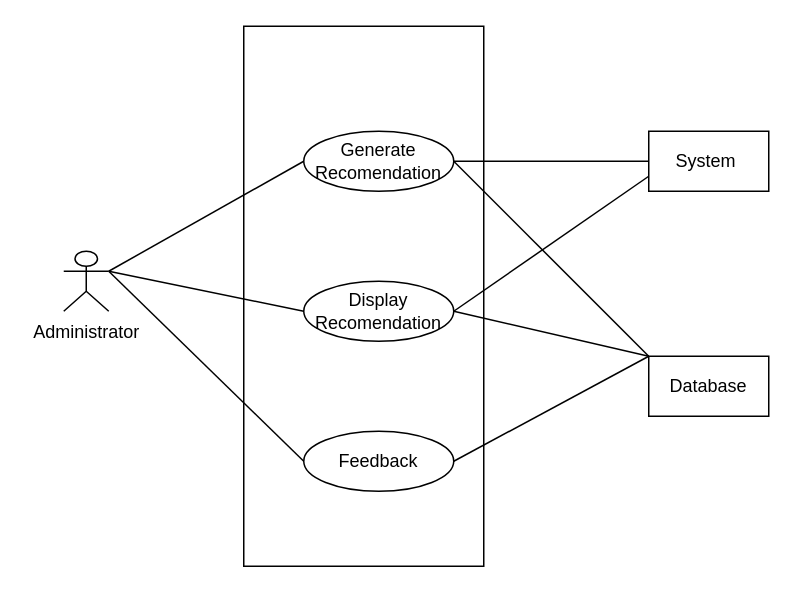
The draw.io diagram Software-Requirement-Specification/Use-Case-Diagrams/Level-1.4.drawio in fiercePanda007/SPL2-EcommerceWebApp, before the edit. Source tidied: cells renumbered, new cells numbered last; positions are measured from the earlier drawing's top-left corner, leaving out a move shared by most shapes. Both pictures are drawn from the tidied source at 150%, with x=0, y=0 at pixel (63, 26).
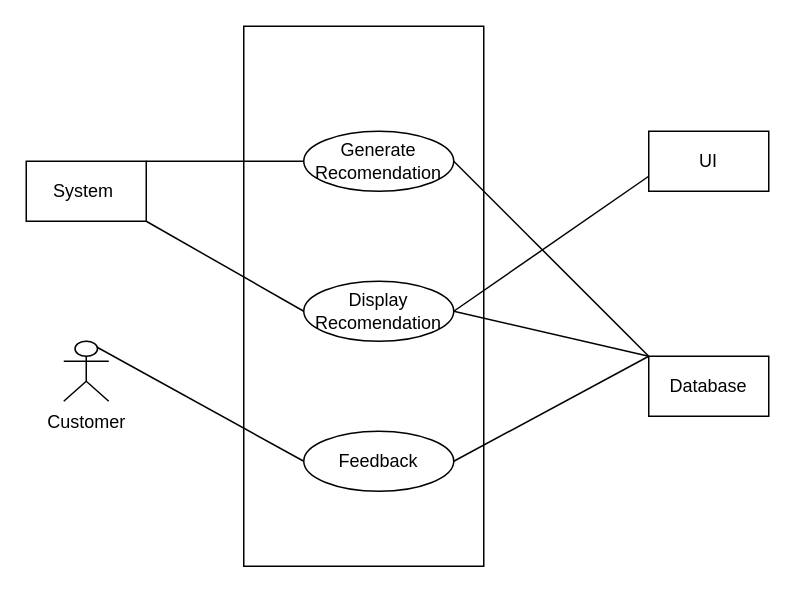
The same diagram, later.

Change to the diagram source:
```diff
@@
 <mxGraphModel>
   <root>
     <mxCell id="0" />
     <mxCell id="1" parent="0" />
     <mxCell id="2" style="rounded=0;whiteSpace=wrap;html=1;" parent="1" vertex="1">
       <mxGeometry x="120" width="160" height="360" as="geometry" />
     </mxCell>
     <mxCell id="3" style="edgeStyle=none;html=1;exitX=1;exitY=0.5;exitDx=0;exitDy=0;entryX=0;entryY=0;entryDx=0;entryDy=0;startArrow=none;startFill=0;endArrow=none;endFill=0;" parent="1" edge="1" source="4" target="16">
       <mxGeometry relative="1" as="geometry" />
     </mxCell>
     <mxCell id="4" value="Generate Recomendation" style="ellipse;whiteSpace=wrap;html=1;" parent="1" vertex="1">
       <mxGeometry x="160" y="70" width="100" height="40" as="geometry" />
     </mxCell>
-    <mxCell id="5" style="edgeStyle=none;html=1;exitX=1;exitY=0.5;exitDx=0;exitDy=0;entryX=0;entryY=0.75;entryDx=0;entryDy=0;startArrow=none;startFill=0;endArrow=none;endFill=0;" parent="1" edge="1" source="6" target="14">
+    <mxCell id="5" style="edgeStyle=none;html=1;exitX=0;exitY=0.5;exitDx=0;exitDy=0;entryX=1;entryY=1;entryDx=0;entryDy=0;endArrow=none;endFill=0;" parent="1" edge="1" source="6" target="14">
       <mxGeometry relative="1" as="geometry" />
     </mxCell>
+    <mxCell id="17" style="edgeStyle=none;html=1;exitX=1;exitY=0.5;exitDx=0;exitDy=0;entryX=0;entryY=0.75;entryDx=0;entryDy=0;endArrow=none;endFill=0;" parent="1" edge="1" source="6" target="20">
+      <mxGeometry relative="1" as="geometry" />
+    </mxCell>
     <mxCell id="6" value="Display Recomendation" style="ellipse;whiteSpace=wrap;html=1;" parent="1" vertex="1">
       <mxGeometry x="160" y="170" width="100" height="40" as="geometry" />
     </mxCell>
     <mxCell id="7" style="edgeStyle=none;html=1;exitX=1;exitY=0.5;exitDx=0;exitDy=0;startArrow=none;startFill=0;endArrow=none;endFill=0;" parent="1" edge="1" source="8">
       <mxGeometry relative="1" as="geometry">
         <mxPoint x="390" y="220" as="targetPoint" />
       </mxGeometry>
     </mxCell>
     <mxCell id="8" value="Feedback" style="ellipse;whiteSpace=wrap;html=1;" parent="1" vertex="1">
       <mxGeometry x="160" y="270" width="100" height="40" as="geometry" />
     </mxCell>
-    <mxCell id="9" style="edgeStyle=none;html=1;exitX=1;exitY=0.3333333333333333;exitDx=0;exitDy=0;exitPerimeter=0;entryX=0;entryY=0.5;entryDx=0;entryDy=0;startArrow=none;startFill=0;endArrow=none;endFill=0;" parent="1" edge="1" source="12" target="4">
-      <mxGeometry relative="1" as="geometry" />
-    </mxCell>
-    <mxCell id="10" style="edgeStyle=none;html=1;exitX=1;exitY=0.3333333333333333;exitDx=0;exitDy=0;exitPerimeter=0;entryX=0;entryY=0.5;entryDx=0;entryDy=0;startArrow=none;startFill=0;endArrow=none;endFill=0;" parent="1" edge="1" source="12" target="6">
-      <mxGeometry relative="1" as="geometry" />
-    </mxCell>
-    <mxCell id="11" style="edgeStyle=none;html=1;exitX=1;exitY=0.3333333333333333;exitDx=0;exitDy=0;exitPerimeter=0;entryX=0;entryY=0.5;entryDx=0;entryDy=0;startArrow=none;startFill=0;endArrow=none;endFill=0;" parent="1" edge="1" source="12" target="8">
-      <mxGeometry relative="1" as="geometry" />
-    </mxCell>
-    <mxCell id="12" value="Administrator" style="shape=umlActor;verticalLabelPosition=bottom;verticalAlign=top;html=1;outlineConnect=0;" parent="1" vertex="1">
-      <mxGeometry y="150" width="30" height="40" as="geometry" />
-    </mxCell>
-    <mxCell id="13" style="edgeStyle=none;html=1;exitX=0;exitY=0.5;exitDx=0;exitDy=0;entryX=1;entryY=0.5;entryDx=0;entryDy=0;startArrow=none;startFill=0;endArrow=none;endFill=0;" parent="1" edge="1" source="14" target="4">
+    <mxCell id="13" style="edgeStyle=none;html=1;exitX=1;exitY=0;exitDx=0;exitDy=0;entryX=0;entryY=0.5;entryDx=0;entryDy=0;endArrow=none;endFill=0;" parent="1" edge="1" source="14" target="4">
       <mxGeometry relative="1" as="geometry" />
     </mxCell>
     <mxCell id="14" value="System&amp;nbsp;" style="rounded=0;whiteSpace=wrap;html=1;" parent="1" vertex="1">
-      <mxGeometry x="390" y="70" width="80" height="40" as="geometry" />
+      <mxGeometry x="-25" y="90" width="80" height="40" as="geometry" />
     </mxCell>
     <mxCell id="15" style="edgeStyle=none;html=1;exitX=0;exitY=0;exitDx=0;exitDy=0;entryX=1;entryY=0.5;entryDx=0;entryDy=0;startArrow=none;startFill=0;endArrow=none;endFill=0;" parent="1" edge="1" source="16" target="6">
       <mxGeometry relative="1" as="geometry" />
     </mxCell>
     <mxCell id="16" value="Database" style="rounded=0;whiteSpace=wrap;html=1;" parent="1" vertex="1">
       <mxGeometry x="390" y="220" width="80" height="40" as="geometry" />
     </mxCell>
+    <mxCell id="18" style="edgeStyle=none;html=1;exitX=0.5;exitY=0;exitDx=0;exitDy=0;exitPerimeter=0;entryX=0;entryY=0.5;entryDx=0;entryDy=0;endArrow=none;endFill=0;" parent="1" edge="1" source="19" target="8">
+      <mxGeometry relative="1" as="geometry" />
+    </mxCell>
+    <mxCell id="19" value="Customer" style="shape=umlActor;verticalLabelPosition=bottom;verticalAlign=top;html=1;outlineConnect=0;" parent="1" vertex="1">
+      <mxGeometry y="210" width="30" height="40" as="geometry" />
+    </mxCell>
+    <mxCell id="20" value="UI" style="rounded=0;whiteSpace=wrap;html=1;" parent="1" vertex="1">
+      <mxGeometry x="390" y="70" width="80" height="40" as="geometry" />
+    </mxCell>
   </root>
 </mxGraphModel>
```
